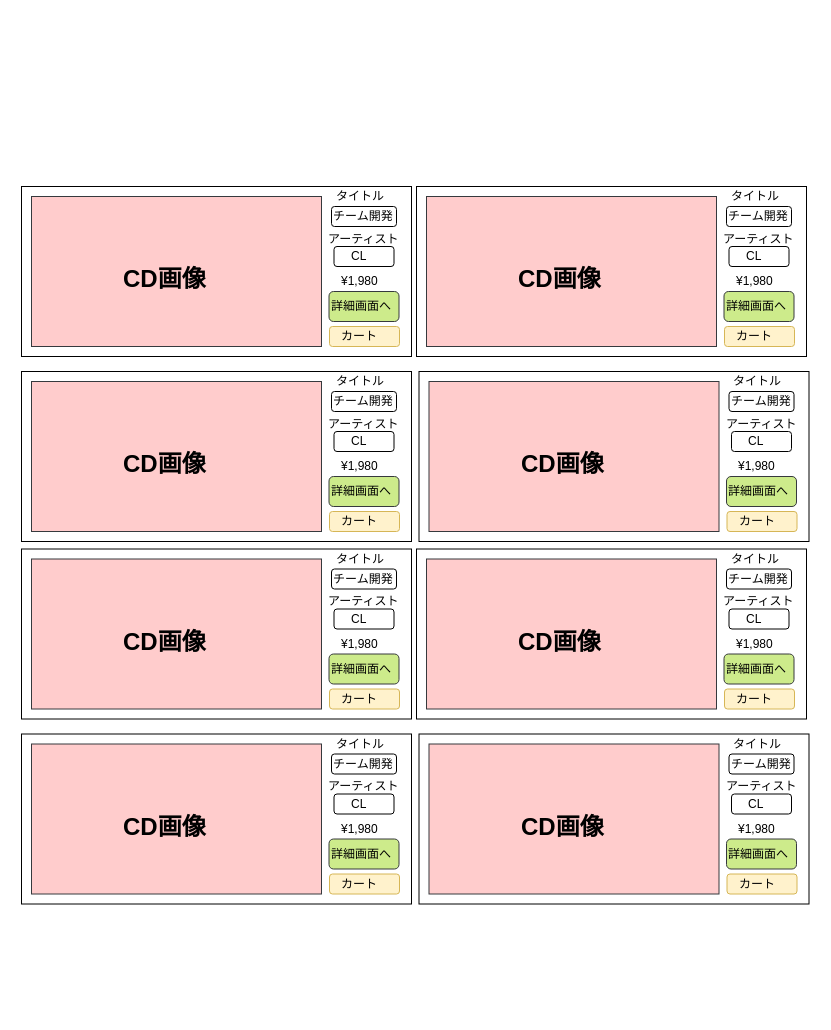
Earlier version of the draw.io diagram ワイヤーフレーム/user/user_item_list.drawio (ecl11/ECL). Source tidied: cells renumbered, new cells numbered last; positions are measured from the earlier drawing's top-left corner, leaving out a move shared by most shapes. Both pictures are drawn from the tidied source at 100%, with x=0, y=0 at pixel (21, 186).
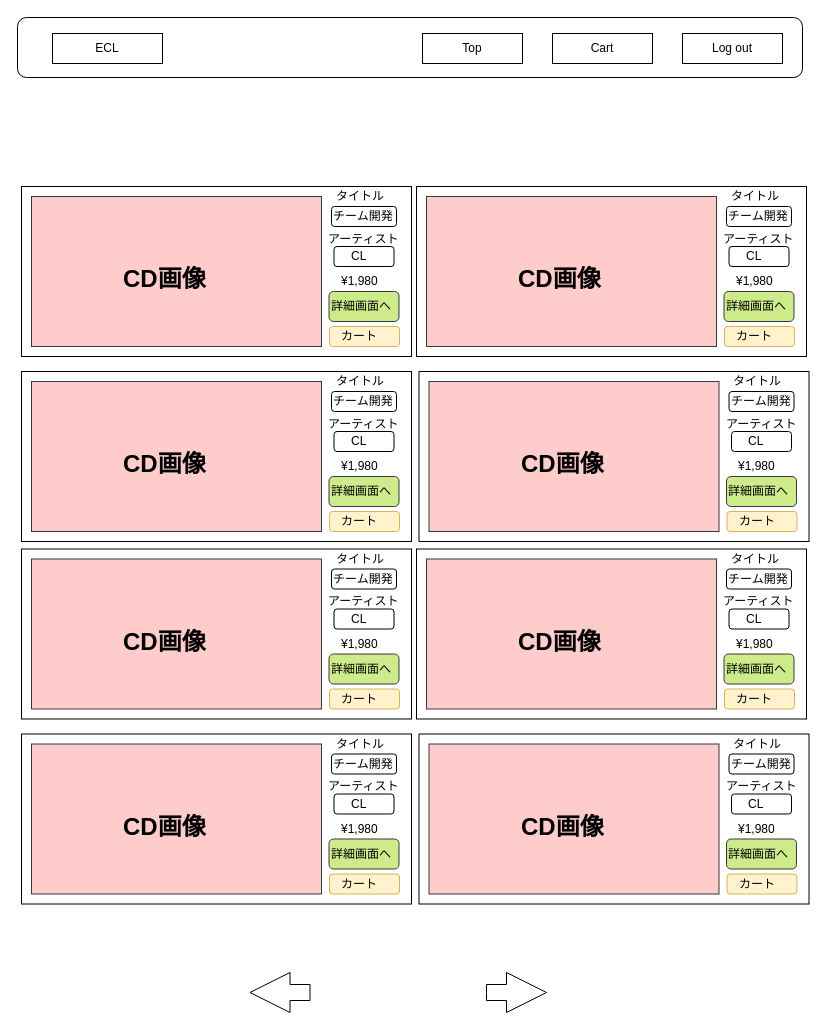
After the change.

Commit message:
user_item_list.drawio を更新します

Change to the diagram source:
```diff
@@
+    <mxCell id="106" style="rounded=1;whiteSpace=wrap;html=1;" parent="1" vertex="1">
+      <mxGeometry x="-4" y="-169" width="785" height="60" as="geometry" />
+    </mxCell>
+    <mxCell id="107" value="ECL" style="rounded=0;whiteSpace=wrap;html=1;" parent="1" vertex="1">
+      <mxGeometry x="31" y="-153" width="110" height="30" as="geometry" />
+    </mxCell>
+    <mxCell id="108" value="Top" style="rounded=0;whiteSpace=wrap;html=1;" parent="1" vertex="1">
+      <mxGeometry x="401" y="-153" width="100" height="30" as="geometry" />
+    </mxCell>
+    <mxCell id="109" value="Cart" style="rounded=0;whiteSpace=wrap;html=1;" parent="1" vertex="1">
+      <mxGeometry x="531" y="-153" width="100" height="30" as="geometry" />
+    </mxCell>
+    <mxCell id="110" value="Log out" style="rounded=0;whiteSpace=wrap;html=1;" parent="1" vertex="1">
+      <mxGeometry x="661" y="-153" width="100" height="30" as="geometry" />
+    </mxCell>
+    <mxCell id="111" style="html=1;shadow=0;dashed=0;align=center;verticalAlign=middle;shape=mxgraph.arrows2.arrow;dy=0.6;dx=40;notch=0;" parent="1" vertex="1">
+      <mxGeometry x="465" y="786" width="60" height="40" as="geometry" />
+    </mxCell>
+    <mxCell id="112" style="html=1;shadow=0;dashed=0;align=center;verticalAlign=middle;shape=mxgraph.arrows2.arrow;dy=0.6;dx=40;notch=0;rotation=180;" parent="1" vertex="1">
+      <mxGeometry x="228.5" y="786" width="60" height="40" as="geometry" />
+    </mxCell>
```
